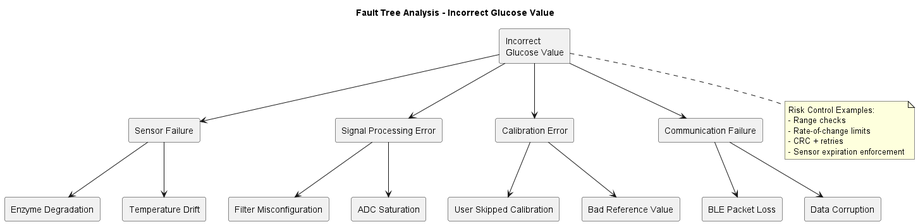
This is out/documents/diagrams/safety/cgms_fta/cgms_fta.png from spothana/cgms, a PlantUML export, as it was before one commit. Its diagram source:
```plantuml
@startuml cgms_fta
title Fault Tree Analysis - Incorrect Glucose Value

skinparam componentStyle rectangle

component "Incorrect\nGlucose Value" as TOP

component "Sensor Failure" as S1
component "Signal Processing Error" as S2
component "Calibration Error" as S3
component "Communication Failure" as S4

TOP --> S1
TOP --> S2
TOP --> S3
TOP --> S4

component "Enzyme Degradation" as S1a
component "Temperature Drift" as S1b

S1 --> S1a
S1 --> S1b

component "Filter Misconfiguration" as S2a
component "ADC Saturation" as S2b

S2 --> S2a
S2 --> S2b

component "User Skipped Calibration" as S3a
component "Bad Reference Value" as S3b

S3 --> S3a
S3 --> S3b

component "BLE Packet Loss" as S4a
component "Data Corruption" as S4b

S4 --> S4a
S4 --> S4b

note bottom of TOP
Risk Control Examples:
- Range checks
- Rate-of-change limits
- CRC + retries
- Sensor expiration enforcement
end note

@enduml
```
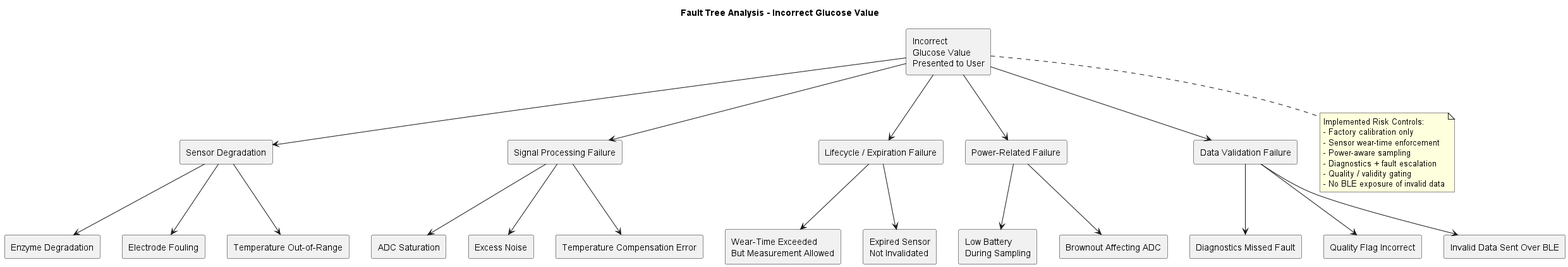
The same file after the commit.

Diff of the diagram source:
```diff
@@ -3,48 +3,64 @@
 
 skinparam componentStyle rectangle
 
-component "Incorrect\nGlucose Value" as TOP
+component "Incorrect\nGlucose Value\nPresented to User" as TOP
 
-component "Sensor Failure" as S1
-component "Signal Processing Error" as S2
-component "Calibration Error" as S3
-component "Communication Failure" as S4
+component "Sensor Degradation" as S1
+component "Signal Processing Failure" as S2
+component "Lifecycle / Expiration Failure" as S3
+component "Power-Related Failure" as S4
+component "Data Validation Failure" as S5
 
 TOP --> S1
 TOP --> S2
 TOP --> S3
 TOP --> S4
+TOP --> S5
 
 component "Enzyme Degradation" as S1a
-component "Temperature Drift" as S1b
+component "Electrode Fouling" as S1b
+component "Temperature Out-of-Range" as S1c
 
 S1 --> S1a
 S1 --> S1b
+S1 --> S1c
 
-component "Filter Misconfiguration" as S2a
-component "ADC Saturation" as S2b
+component "ADC Saturation" as S2a
+component "Excess Noise" as S2b
+component "Temperature Compensation Error" as S2c
 
 S2 --> S2a
 S2 --> S2b
+S2 --> S2c
 
-component "User Skipped Calibration" as S3a
-component "Bad Reference Value" as S3b
+component "Wear-Time Exceeded\nBut Measurement Allowed" as S3a
+component "Expired Sensor\nNot Invalidated" as S3b
 
 S3 --> S3a
 S3 --> S3b
 
-component "BLE Packet Loss" as S4a
-component "Data Corruption" as S4b
+component "Low Battery\nDuring Sampling" as S4a
+component "Brownout Affecting ADC" as S4b
 
 S4 --> S4a
 S4 --> S4b
 
+component "Diagnostics Missed Fault" as S5a
+component "Quality Flag Incorrect" as S5b
+component "Invalid Data Sent Over BLE" as S5c
+
+S5 --> S5a
+S5 --> S5b
+S5 --> S5c
+
 note bottom of TOP
-Risk Control Examples:
-- Range checks
-- Rate-of-change limits
-- CRC + retries
-- Sensor expiration enforcement
+Implemented Risk Controls:
+- Factory calibration only
+- Sensor wear-time enforcement
+- Power-aware sampling
+- Diagnostics + fault escalation
+- Quality / validity gating
+- No BLE exposure of invalid data
 end note
 
 @enduml
```
